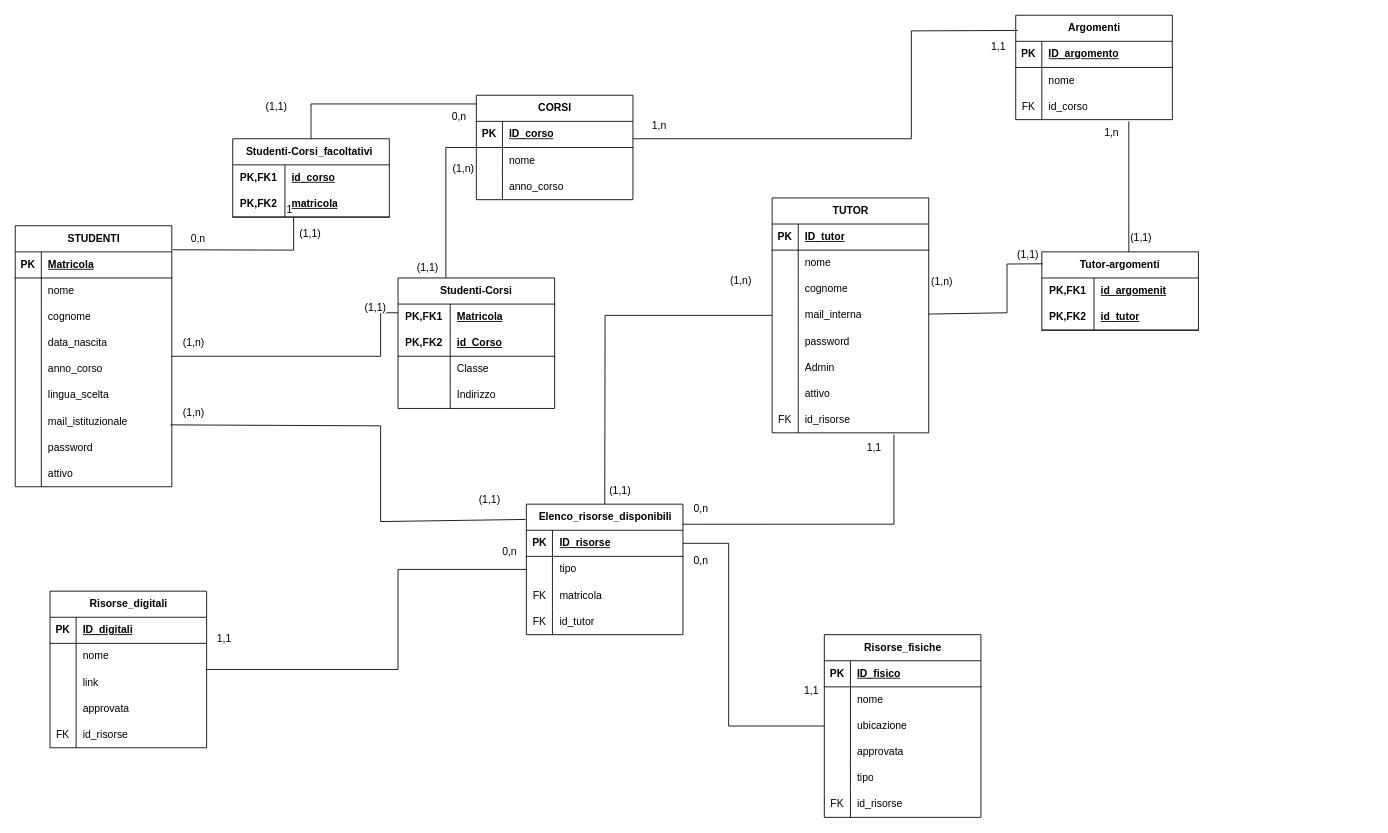
Earlier version of the draw.io diagram page "Fisico" (2 of 2) of db/Diagramma_database.drawio (SuperMauro1966/Gestione_risorse_didattiche). Source tidied: cells renumbered, new cells numbered last; positions are measured from the earlier drawing's top-left corner, leaving out a move shared by most shapes. Both pictures are drawn from the tidied source at 87%, with x=0, y=0 at pixel (15, 15).
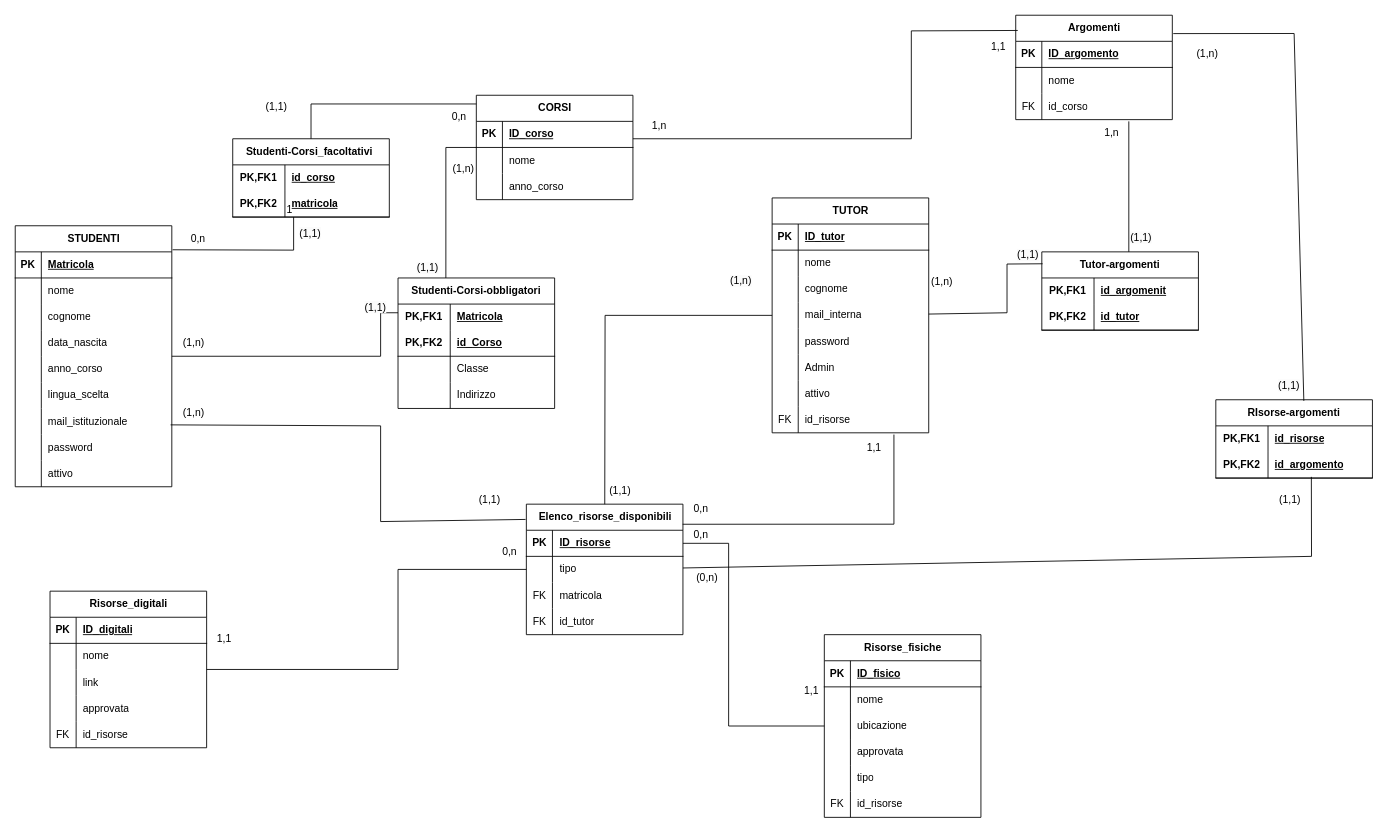
The same page after the edit.

Unchanged cells that the change refers to:
```xml
<mxCell id="65" value="Elenco_risorse_disponibili" style="shape=table;startSize=30;childLayout=tableLayout;rowLines=0;fontStyle=1;align=center;html=1;" parent="1" vertex="1">
  <mxGeometry x="587.5" y="562" width="180" height="150" as="geometry" />
</mxCell>
<mxCell id="111" value="Argomenti" style="shape=table;startSize=30;childLayout=tableLayout;rowLines=0;fontStyle=1;align=center;html=1;" parent="1" vertex="1">
  <mxGeometry x="1150" width="180" height="120" as="geometry" />
</mxCell>
```

The edit, as a diff of the source:
```diff
@@
     <mxCell id="126" value="0,n" style="text;html=1;align=center;verticalAlign=middle;strokeColor=none;fillColor=none;" parent="1" vertex="1">
-      <mxGeometry x="767.5" y="612" width="40" height="30" as="geometry" />
+      <mxGeometry x="767.5" y="582" width="40" height="30" as="geometry" />
     </mxCell>
@@
-    <mxCell id="155" value="Studenti-Corsi" style="shape=table;startSize=30;childLayout=tableLayout;rowLines=0;fontStyle=1;align=center;html=1;whiteSpace=wrap;" parent="1" vertex="1">
+    <mxCell id="155" value="Studenti-Corsi-obbligatori" style="shape=table;startSize=30;childLayout=tableLayout;rowLines=0;fontStyle=1;align=center;html=1;whiteSpace=wrap;" parent="1" vertex="1">
       <mxGeometry x="440" y="302" width="180" height="150" as="geometry" />
     </mxCell>
@@
+    <mxCell id="191" value="RIsorse-argomenti" style="shape=table;startSize=30;childLayout=tableLayout;rowLines=0;fontStyle=1;align=center;html=1;whiteSpace=wrap;" parent="1" vertex="1">
+      <mxGeometry x="1380" y="442" width="180" height="90" as="geometry" />
+    </mxCell>
+    <mxCell id="192" style="shape=tableRow;horizontal=0;startSize=0;swimlaneHead=0;swimlaneBody=0;fillColor=none;top=0;left=0;right=0;bottom=0;html=1;" parent="191" vertex="1">
+      <mxGeometry y="30" width="180" height="30" as="geometry" />
+    </mxCell>
+    <mxCell id="193" value="PK,FK1" style="shape=partialRectangle;fillColor=none;top=0;left=0;bottom=0;right=0;fontStyle=1;overflow=hidden;html=1;whiteSpace=wrap;" parent="192" vertex="1">
+      <mxGeometry width="60" height="30" as="geometry" />
+    </mxCell>
+    <mxCell id="194" value="id_risorse" style="shape=partialRectangle;fillColor=none;top=0;left=0;bottom=0;right=0;align=left;spacingLeft=6;fontStyle=5;overflow=hidden;html=1;whiteSpace=wrap;" parent="192" vertex="1">
+      <mxGeometry x="60" width="120" height="30" as="geometry" />
+    </mxCell>
+    <mxCell id="195" style="shape=tableRow;horizontal=0;startSize=0;swimlaneHead=0;swimlaneBody=0;fillColor=none;points=[[0,0.5],[1,0.5]];portConstraint=eastwest;top=0;left=0;right=0;bottom=1;html=1;" parent="191" vertex="1">
+      <mxGeometry y="60" width="180" height="30" as="geometry" />
+    </mxCell>
+    <mxCell id="196" value="PK,FK2" style="shape=partialRectangle;fillColor=none;top=0;left=0;bottom=0;right=0;fontStyle=1;overflow=hidden;html=1;whiteSpace=wrap;" parent="195" vertex="1">
+      <mxGeometry width="60" height="30" as="geometry" />
+    </mxCell>
+    <mxCell id="197" value="id_argomento" style="shape=partialRectangle;fillColor=none;top=0;left=0;bottom=0;right=0;align=left;spacingLeft=6;fontStyle=5;overflow=hidden;html=1;whiteSpace=wrap;" parent="195" vertex="1">
+      <mxGeometry x="60" width="120" height="30" as="geometry" />
+    </mxCell>
+    <mxCell id="198" style="endArrow=none;html=1;rounded=0;entryX=0.61;entryY=0.954;entryDx=0;entryDy=0;entryPerimeter=0;" parent="1" edge="1" source="65" target="195">
+      <mxGeometry relative="1" as="geometry">
+        <Array as="points">
+          <mxPoint x="1490" y="622" />
+        </Array>
+      </mxGeometry>
+    </mxCell>
+    <mxCell id="199" style="endArrow=none;html=1;rounded=0;exitX=0.562;exitY=0.014;exitDx=0;exitDy=0;exitPerimeter=0;entryX=1.006;entryY=0.176;entryDx=0;entryDy=0;entryPerimeter=0;" parent="1" edge="1" source="191" target="111">
+      <mxGeometry relative="1" as="geometry">
+        <Array as="points">
+          <mxPoint x="1470" y="21" />
+        </Array>
+      </mxGeometry>
+    </mxCell>
+    <mxCell id="200" value="(0,n)" style="text;html=1;align=center;verticalAlign=middle;strokeColor=none;fillColor=none;" parent="1" vertex="1">
+      <mxGeometry x="770" y="632" width="50" height="30" as="geometry" />
+    </mxCell>
+    <mxCell id="201" value="(1,1)" style="text;html=1;align=center;verticalAlign=middle;strokeColor=none;fillColor=none;" parent="1" vertex="1">
+      <mxGeometry x="1440" y="542" width="50" height="30" as="geometry" />
+    </mxCell>
+    <mxCell id="202" value="&lt;span style=&quot;color: rgb(0, 0, 0); font-family: Helvetica; font-size: 12px; font-style: normal; font-variant-ligatures: normal; font-variant-caps: normal; font-weight: 400; letter-spacing: normal; orphans: 2; text-align: center; text-indent: 0px; text-transform: none; widows: 2; word-spacing: 0px; -webkit-text-stroke-width: 0px; background-color: rgb(251, 251, 251); text-decoration-thickness: initial; text-decoration-style: initial; text-decoration-color: initial; float: none; display: inline !important;&quot;&gt;(1,1)&lt;/span&gt;" style="text;whiteSpace=wrap;html=1;" parent="1" vertex="1">
+      <mxGeometry x="1450" y="412" width="60" height="40" as="geometry" />
+    </mxCell>
+    <mxCell id="203" value="(1,n)" style="text;html=1;align=center;verticalAlign=middle;strokeColor=none;fillColor=none;" parent="1" vertex="1">
+      <mxGeometry x="1345" y="30" width="50" height="30" as="geometry" />
+    </mxCell>
```
